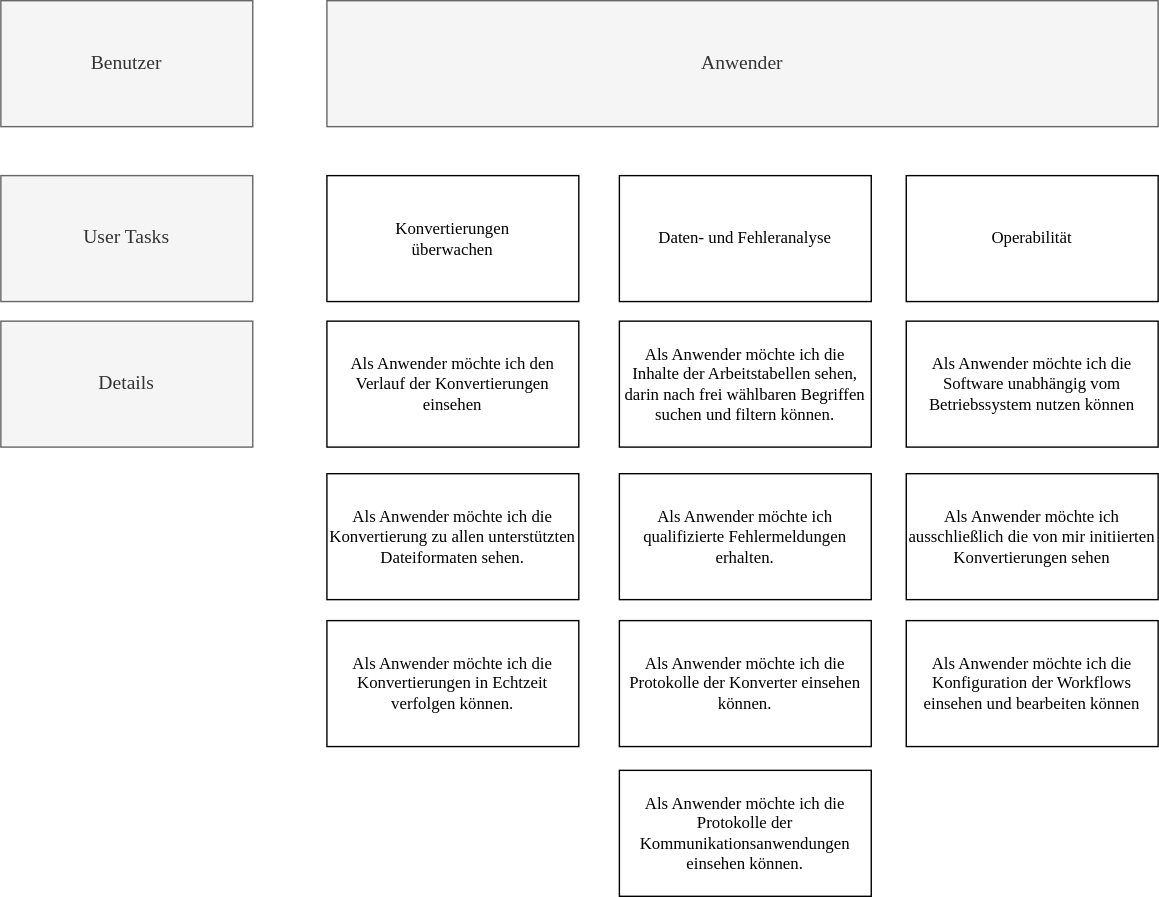
This is storyMap.drawio.svg from MikeW2022/Praxisprojekt, a draw.io export, as it was before one commit. Source tidied: cells renumbered, new cells last; positions are measured from the earlier drawing's top-left corner, leaving out a move shared by most shapes. Its diagram source:
```xml
<mxGraphModel>
  <root>
    <mxCell id="0" />
    <mxCell id="1" parent="0" />
    <mxCell id="2" value="Benutzer" style="rounded=0;whiteSpace=wrap;html=1;fillColor=#f5f5f5;fontColor=#333333;strokeColor=#666666;fontFamily=Times New Roman;fontSize=14;" parent="1" vertex="1">
      <mxGeometry width="180" height="90" as="geometry" />
    </mxCell>
    <mxCell id="3" value="User Tasks" style="rounded=0;whiteSpace=wrap;html=1;fontFamily=Times New Roman;fillColor=#f5f5f5;fontColor=#333333;strokeColor=#666666;fontSize=14;" parent="1" vertex="1">
      <mxGeometry y="125" width="180" height="90" as="geometry" />
    </mxCell>
    <mxCell id="4" value="Details" style="rounded=0;whiteSpace=wrap;html=1;fontFamily=Times New Roman;fillColor=#f5f5f5;fontColor=#333333;strokeColor=#666666;fontSize=14;" parent="1" vertex="1">
      <mxGeometry y="229" width="180" height="90" as="geometry" />
    </mxCell>
    <mxCell id="5" value="Anwender" style="rounded=0;whiteSpace=wrap;html=1;fillColor=#f5f5f5;fontColor=#333333;strokeColor=#666666;fontFamily=Times New Roman;fontSize=14;" parent="1" vertex="1">
      <mxGeometry x="233" width="594" height="90" as="geometry" />
    </mxCell>
    <mxCell id="6" value="&lt;p&gt;Konvertierungen&lt;br&gt;&lt;span&gt;überwachen&lt;/span&gt;&lt;/p&gt;" style="rounded=0;whiteSpace=wrap;html=1;fontFamily=Times New Roman;" parent="1" vertex="1">
      <mxGeometry x="233" y="125" width="180" height="90" as="geometry" />
    </mxCell>
    <mxCell id="7" value="&lt;p&gt;Daten- und Fehleranalyse&lt;br&gt;&lt;/p&gt;" style="rounded=0;whiteSpace=wrap;html=1;fontFamily=Times New Roman;" parent="1" vertex="1">
      <mxGeometry x="442" y="125" width="180" height="90" as="geometry" />
    </mxCell>
    <mxCell id="8" value="&lt;p&gt;Operabilität&lt;br&gt;&lt;/p&gt;" style="rounded=0;whiteSpace=wrap;html=1;fontFamily=Times New Roman;" parent="1" vertex="1">
      <mxGeometry x="647" y="125" width="180" height="90" as="geometry" />
    </mxCell>
    <mxCell id="9" value="&lt;p&gt;Als Anwender möchte ich den Verlauf der&amp;nbsp;&lt;span&gt;Konvertierungen einsehen&lt;/span&gt;&lt;/p&gt;" style="rounded=0;whiteSpace=wrap;html=1;fontFamily=Times New Roman;" parent="1" vertex="1">
      <mxGeometry x="233" y="229" width="180" height="90" as="geometry" />
    </mxCell>
    <mxCell id="10" value="&lt;p&gt;Als Anwender möchte ich die Inhalte der Arbeitstabellen sehen, darin nach frei wählbaren Begriffen suchen und filtern können.&lt;br&gt;&lt;/p&gt;" style="rounded=0;whiteSpace=wrap;html=1;fontFamily=Times New Roman;" parent="1" vertex="1">
      <mxGeometry x="442" y="229" width="180" height="90" as="geometry" />
    </mxCell>
    <mxCell id="11" value="&lt;p&gt;Als Anwender möchte ich die Konvertierung zu allen unterstützten Dateiformaten sehen.&lt;br&gt;&lt;/p&gt;" style="rounded=0;whiteSpace=wrap;html=1;fontFamily=Times New Roman;" parent="1" vertex="1">
      <mxGeometry x="233" y="338" width="180" height="90" as="geometry" />
    </mxCell>
    <mxCell id="12" value="&lt;p&gt;Als Anwender möchte ich die Konvertierungen in Echtzeit verfolgen können.&lt;br&gt;&lt;/p&gt;" style="rounded=0;whiteSpace=wrap;html=1;fontFamily=Times New Roman;" parent="1" vertex="1">
      <mxGeometry x="233" y="443" width="180" height="90" as="geometry" />
    </mxCell>
    <mxCell id="13" value="&lt;p&gt;Als Anwender möchte ich qualifizierte Fehlermeldungen erhalten.&lt;br&gt;&lt;/p&gt;" style="rounded=0;whiteSpace=wrap;html=1;fontFamily=Times New Roman;" parent="1" vertex="1">
      <mxGeometry x="442" y="338" width="180" height="90" as="geometry" />
    </mxCell>
    <mxCell id="14" value="&lt;p&gt;Als Anwender möchte ich die Protokolle der Konverter einsehen können.&lt;br&gt;&lt;/p&gt;" style="rounded=0;whiteSpace=wrap;html=1;fontFamily=Times New Roman;" parent="1" vertex="1">
      <mxGeometry x="442" y="443" width="180" height="90" as="geometry" />
    </mxCell>
    <mxCell id="15" value="&lt;p&gt;Als Anwender möchte ich die Protokolle der Kommunikationsanwendungen einsehen können.&lt;br&gt;&lt;/p&gt;" style="rounded=0;whiteSpace=wrap;html=1;fontFamily=Times New Roman;" parent="1" vertex="1">
      <mxGeometry x="442" y="550" width="180" height="90" as="geometry" />
    </mxCell>
    <mxCell id="16" value="&lt;p&gt;Als Anwender möchte ich die Software unabhängig vom Betriebssystem nutzen können&lt;br&gt;&lt;/p&gt;" style="rounded=0;whiteSpace=wrap;html=1;fontFamily=Times New Roman;" parent="1" vertex="1">
      <mxGeometry x="647" y="229" width="180" height="90" as="geometry" />
    </mxCell>
    <mxCell id="17" value="&lt;p&gt;Als Anwender möchte ich ausschließlich die von mir initiierten Konvertierungen sehen&lt;br&gt;&lt;/p&gt;" style="rounded=0;whiteSpace=wrap;html=1;fontFamily=Times New Roman;" parent="1" vertex="1">
      <mxGeometry x="647" y="338" width="180" height="90" as="geometry" />
    </mxCell>
    <mxCell id="18" value="&lt;p&gt;Als Anwender möchte ich die Konfiguration der Workflows einsehen und bearbeiten können&lt;br&gt;&lt;/p&gt;" style="rounded=0;whiteSpace=wrap;html=1;fontFamily=Times New Roman;" parent="1" vertex="1">
      <mxGeometry x="647" y="443" width="180" height="90" as="geometry" />
    </mxCell>
  </root>
</mxGraphModel>
```
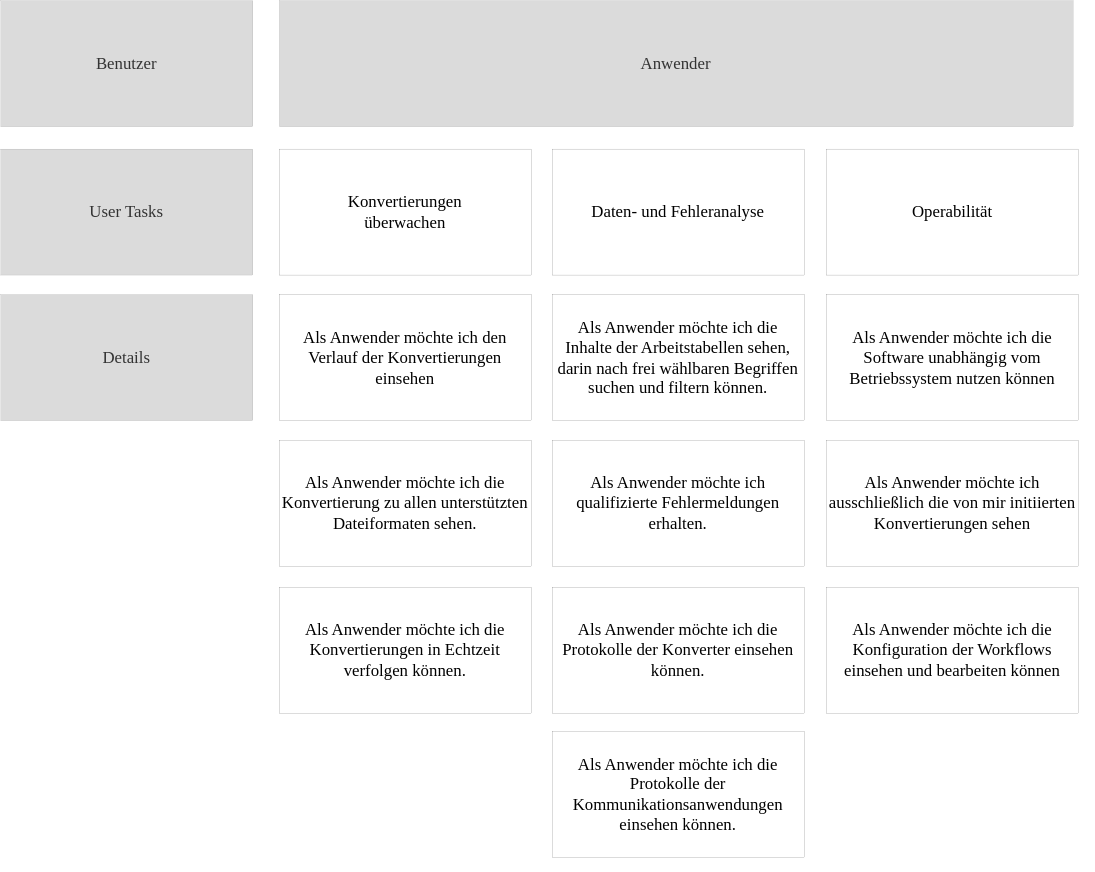
The same diagram one commit later.

The edit, as a diff of the source:
```diff
@@ -2,56 +2,62 @@
   <root>
     <mxCell id="0" />
     <mxCell id="1" parent="0" />
-    <mxCell id="2" value="Benutzer" style="rounded=0;whiteSpace=wrap;html=1;fillColor=#f5f5f5;fontColor=#333333;strokeColor=#666666;fontFamily=Times New Roman;fontSize=14;" parent="1" vertex="1">
-      <mxGeometry width="180" height="90" as="geometry" />
+    <mxCell id="2" value="Benutzer" style="rounded=0;whiteSpace=wrap;html=1;fillColor=#DBDBDB;fontColor=#333333;strokeColor=#666666;fontFamily=Times New Roman;fontSize=12;strokeWidth=0;" parent="1" vertex="1">
+      <mxGeometry x="34" width="180" height="90" as="geometry" />
     </mxCell>
-    <mxCell id="3" value="User Tasks" style="rounded=0;whiteSpace=wrap;html=1;fontFamily=Times New Roman;fillColor=#f5f5f5;fontColor=#333333;strokeColor=#666666;fontSize=14;" parent="1" vertex="1">
-      <mxGeometry y="125" width="180" height="90" as="geometry" />
+    <mxCell id="3" value="User Tasks" style="rounded=0;whiteSpace=wrap;html=1;fontFamily=Times New Roman;fillColor=#DBDBDB;fontColor=#333333;strokeColor=#666666;fontSize=12;strokeWidth=0;" parent="1" vertex="1">
+      <mxGeometry x="34" y="106" width="180" height="90" as="geometry" />
     </mxCell>
-    <mxCell id="4" value="Details" style="rounded=0;whiteSpace=wrap;html=1;fontFamily=Times New Roman;fillColor=#f5f5f5;fontColor=#333333;strokeColor=#666666;fontSize=14;" parent="1" vertex="1">
-      <mxGeometry y="229" width="180" height="90" as="geometry" />
+    <mxCell id="4" value="Details" style="rounded=0;whiteSpace=wrap;html=1;fontFamily=Times New Roman;fillColor=#DBDBDB;fontColor=#333333;strokeColor=#666666;fontSize=12;strokeWidth=0;" parent="1" vertex="1">
+      <mxGeometry x="34" y="210" width="180" height="90" as="geometry" />
     </mxCell>
-    <mxCell id="5" value="Anwender" style="rounded=0;whiteSpace=wrap;html=1;fillColor=#f5f5f5;fontColor=#333333;strokeColor=#666666;fontFamily=Times New Roman;fontSize=14;" parent="1" vertex="1">
-      <mxGeometry x="233" width="594" height="90" as="geometry" />
+    <mxCell id="5" value="Anwender" style="rounded=0;whiteSpace=wrap;html=1;fillColor=#DBDBDB;fontColor=#333333;strokeColor=#666666;fontFamily=Times New Roman;fontSize=12;strokeWidth=0;" parent="1" vertex="1">
+      <mxGeometry x="233" width="567" height="90" as="geometry" />
     </mxCell>
-    <mxCell id="6" value="&lt;p&gt;Konvertierungen&lt;br&gt;&lt;span&gt;überwachen&lt;/span&gt;&lt;/p&gt;" style="rounded=0;whiteSpace=wrap;html=1;fontFamily=Times New Roman;" parent="1" vertex="1">
-      <mxGeometry x="233" y="125" width="180" height="90" as="geometry" />
+    <mxCell id="6" value="&lt;p style=&quot;font-size: 12px;&quot;&gt;Konvertierungen&lt;br style=&quot;font-size: 12px;&quot;&gt;&lt;span style=&quot;font-size: 12px;&quot;&gt;überwachen&lt;/span&gt;&lt;/p&gt;" style="rounded=0;whiteSpace=wrap;html=1;fontFamily=Times New Roman;fontSize=12;strokeWidth=0;" parent="1" vertex="1">
+      <mxGeometry x="233" y="106" width="180" height="90" as="geometry" />
     </mxCell>
-    <mxCell id="7" value="&lt;p&gt;Daten- und Fehleranalyse&lt;br&gt;&lt;/p&gt;" style="rounded=0;whiteSpace=wrap;html=1;fontFamily=Times New Roman;" parent="1" vertex="1">
-      <mxGeometry x="442" y="125" width="180" height="90" as="geometry" />
+    <mxCell id="7" value="&lt;p style=&quot;font-size: 12px;&quot;&gt;Daten- und Fehleranalyse&lt;br style=&quot;font-size: 12px;&quot;&gt;&lt;/p&gt;" style="rounded=0;whiteSpace=wrap;html=1;fontFamily=Times New Roman;fontSize=12;strokeWidth=0;" parent="1" vertex="1">
+      <mxGeometry x="428" y="106" width="180" height="90" as="geometry" />
     </mxCell>
-    <mxCell id="8" value="&lt;p&gt;Operabilität&lt;br&gt;&lt;/p&gt;" style="rounded=0;whiteSpace=wrap;html=1;fontFamily=Times New Roman;" parent="1" vertex="1">
-      <mxGeometry x="647" y="125" width="180" height="90" as="geometry" />
+    <mxCell id="8" value="&lt;p style=&quot;font-size: 12px;&quot;&gt;Operabilität&lt;br style=&quot;font-size: 12px;&quot;&gt;&lt;/p&gt;" style="rounded=0;whiteSpace=wrap;html=1;fontFamily=Times New Roman;fontSize=12;strokeWidth=0;" parent="1" vertex="1">
+      <mxGeometry x="624" y="106" width="180" height="90" as="geometry" />
     </mxCell>
-    <mxCell id="9" value="&lt;p&gt;Als Anwender möchte ich den Verlauf der&amp;nbsp;&lt;span&gt;Konvertierungen einsehen&lt;/span&gt;&lt;/p&gt;" style="rounded=0;whiteSpace=wrap;html=1;fontFamily=Times New Roman;" parent="1" vertex="1">
-      <mxGeometry x="233" y="229" width="180" height="90" as="geometry" />
+    <mxCell id="9" value="&lt;p style=&quot;font-size: 12px;&quot;&gt;Als Anwender möchte ich den Verlauf der&amp;nbsp;&lt;span style=&quot;font-size: 12px;&quot;&gt;Konvertierungen einsehen&lt;/span&gt;&lt;/p&gt;" style="rounded=0;whiteSpace=wrap;html=1;fontFamily=Times New Roman;fontSize=12;strokeWidth=0;" parent="1" vertex="1">
+      <mxGeometry x="233" y="210" width="180" height="90" as="geometry" />
     </mxCell>
-    <mxCell id="10" value="&lt;p&gt;Als Anwender möchte ich die Inhalte der Arbeitstabellen sehen, darin nach frei wählbaren Begriffen suchen und filtern können.&lt;br&gt;&lt;/p&gt;" style="rounded=0;whiteSpace=wrap;html=1;fontFamily=Times New Roman;" parent="1" vertex="1">
-      <mxGeometry x="442" y="229" width="180" height="90" as="geometry" />
+    <mxCell id="10" value="&lt;p style=&quot;font-size: 12px;&quot;&gt;Als Anwender möchte ich die Inhalte der Arbeitstabellen sehen, darin nach frei wählbaren Begriffen suchen und filtern können.&lt;br style=&quot;font-size: 12px;&quot;&gt;&lt;/p&gt;" style="rounded=0;whiteSpace=wrap;html=1;fontFamily=Times New Roman;fontSize=12;strokeWidth=0;" parent="1" vertex="1">
+      <mxGeometry x="428" y="210" width="180" height="90" as="geometry" />
     </mxCell>
-    <mxCell id="11" value="&lt;p&gt;Als Anwender möchte ich die Konvertierung zu allen unterstützten Dateiformaten sehen.&lt;br&gt;&lt;/p&gt;" style="rounded=0;whiteSpace=wrap;html=1;fontFamily=Times New Roman;" parent="1" vertex="1">
-      <mxGeometry x="233" y="338" width="180" height="90" as="geometry" />
+    <mxCell id="11" value="&lt;p style=&quot;font-size: 12px;&quot;&gt;Als Anwender möchte ich die Konvertierung zu allen unterstützten Dateiformaten sehen.&lt;br style=&quot;font-size: 12px;&quot;&gt;&lt;/p&gt;" style="rounded=0;whiteSpace=wrap;html=1;fontFamily=Times New Roman;fontSize=12;strokeWidth=0;" parent="1" vertex="1">
+      <mxGeometry x="233" y="314" width="180" height="90" as="geometry" />
     </mxCell>
-    <mxCell id="12" value="&lt;p&gt;Als Anwender möchte ich die Konvertierungen in Echtzeit verfolgen können.&lt;br&gt;&lt;/p&gt;" style="rounded=0;whiteSpace=wrap;html=1;fontFamily=Times New Roman;" parent="1" vertex="1">
-      <mxGeometry x="233" y="443" width="180" height="90" as="geometry" />
+    <mxCell id="12" value="&lt;p style=&quot;font-size: 12px;&quot;&gt;Als Anwender möchte ich die Konvertierungen in Echtzeit verfolgen können.&lt;br style=&quot;font-size: 12px;&quot;&gt;&lt;/p&gt;" style="rounded=0;whiteSpace=wrap;html=1;fontFamily=Times New Roman;fontSize=12;strokeWidth=0;" parent="1" vertex="1">
+      <mxGeometry x="233" y="419" width="180" height="90" as="geometry" />
     </mxCell>
-    <mxCell id="13" value="&lt;p&gt;Als Anwender möchte ich qualifizierte Fehlermeldungen erhalten.&lt;br&gt;&lt;/p&gt;" style="rounded=0;whiteSpace=wrap;html=1;fontFamily=Times New Roman;" parent="1" vertex="1">
-      <mxGeometry x="442" y="338" width="180" height="90" as="geometry" />
+    <mxCell id="13" value="&lt;p style=&quot;font-size: 12px;&quot;&gt;Als Anwender möchte ich qualifizierte Fehlermeldungen erhalten.&lt;br style=&quot;font-size: 12px;&quot;&gt;&lt;/p&gt;" style="rounded=0;whiteSpace=wrap;html=1;fontFamily=Times New Roman;fontSize=12;strokeWidth=0;" parent="1" vertex="1">
+      <mxGeometry x="428" y="314" width="180" height="90" as="geometry" />
     </mxCell>
-    <mxCell id="14" value="&lt;p&gt;Als Anwender möchte ich die Protokolle der Konverter einsehen können.&lt;br&gt;&lt;/p&gt;" style="rounded=0;whiteSpace=wrap;html=1;fontFamily=Times New Roman;" parent="1" vertex="1">
-      <mxGeometry x="442" y="443" width="180" height="90" as="geometry" />
+    <mxCell id="14" value="&lt;p style=&quot;font-size: 12px;&quot;&gt;Als Anwender möchte ich die Protokolle der Konverter einsehen können.&lt;br style=&quot;font-size: 12px;&quot;&gt;&lt;/p&gt;" style="rounded=0;whiteSpace=wrap;html=1;fontFamily=Times New Roman;fontSize=12;strokeWidth=0;" parent="1" vertex="1">
+      <mxGeometry x="428" y="419" width="180" height="90" as="geometry" />
     </mxCell>
-    <mxCell id="15" value="&lt;p&gt;Als Anwender möchte ich die Protokolle der Kommunikationsanwendungen einsehen können.&lt;br&gt;&lt;/p&gt;" style="rounded=0;whiteSpace=wrap;html=1;fontFamily=Times New Roman;" parent="1" vertex="1">
-      <mxGeometry x="442" y="550" width="180" height="90" as="geometry" />
+    <mxCell id="15" value="&lt;p style=&quot;font-size: 12px;&quot;&gt;Als Anwender möchte ich die Protokolle der Kommunikationsanwendungen einsehen können.&lt;br style=&quot;font-size: 12px;&quot;&gt;&lt;/p&gt;" style="rounded=0;whiteSpace=wrap;html=1;fontFamily=Times New Roman;fontSize=12;strokeWidth=0;" parent="1" vertex="1">
+      <mxGeometry x="428" y="522" width="180" height="90" as="geometry" />
     </mxCell>
-    <mxCell id="16" value="&lt;p&gt;Als Anwender möchte ich die Software unabhängig vom Betriebssystem nutzen können&lt;br&gt;&lt;/p&gt;" style="rounded=0;whiteSpace=wrap;html=1;fontFamily=Times New Roman;" parent="1" vertex="1">
-      <mxGeometry x="647" y="229" width="180" height="90" as="geometry" />
+    <mxCell id="16" value="&lt;p style=&quot;font-size: 12px;&quot;&gt;Als Anwender möchte ich die Software unabhängig vom Betriebssystem nutzen können&lt;br style=&quot;font-size: 12px;&quot;&gt;&lt;/p&gt;" style="rounded=0;whiteSpace=wrap;html=1;fontFamily=Times New Roman;fontSize=12;strokeWidth=0;" parent="1" vertex="1">
+      <mxGeometry x="624" y="210" width="180" height="90" as="geometry" />
     </mxCell>
-    <mxCell id="17" value="&lt;p&gt;Als Anwender möchte ich ausschließlich die von mir initiierten Konvertierungen sehen&lt;br&gt;&lt;/p&gt;" style="rounded=0;whiteSpace=wrap;html=1;fontFamily=Times New Roman;" parent="1" vertex="1">
-      <mxGeometry x="647" y="338" width="180" height="90" as="geometry" />
+    <mxCell id="17" value="&lt;p style=&quot;font-size: 12px;&quot;&gt;Als Anwender möchte ich ausschließlich die von mir initiierten Konvertierungen sehen&lt;br style=&quot;font-size: 12px;&quot;&gt;&lt;/p&gt;" style="rounded=0;whiteSpace=wrap;html=1;fontFamily=Times New Roman;fontSize=12;strokeWidth=0;" parent="1" vertex="1">
+      <mxGeometry x="624" y="314" width="180" height="90" as="geometry" />
     </mxCell>
-    <mxCell id="18" value="&lt;p&gt;Als Anwender möchte ich die Konfiguration der Workflows einsehen und bearbeiten können&lt;br&gt;&lt;/p&gt;" style="rounded=0;whiteSpace=wrap;html=1;fontFamily=Times New Roman;" parent="1" vertex="1">
-      <mxGeometry x="647" y="443" width="180" height="90" as="geometry" />
+    <mxCell id="18" value="&lt;p style=&quot;font-size: 12px;&quot;&gt;Als Anwender möchte ich die Konfiguration der Workflows einsehen und bearbeiten können&lt;br style=&quot;font-size: 12px;&quot;&gt;&lt;/p&gt;" style="rounded=0;whiteSpace=wrap;html=1;fontFamily=Times New Roman;fontSize=12;strokeWidth=0;" parent="1" vertex="1">
+      <mxGeometry x="624" y="419" width="180" height="90" as="geometry" />
     </mxCell>
+    <mxCell id="19" value="&amp;nbsp;" style="text;html=1;align=center;verticalAlign=middle;strokeColor=none;fillColor=none;fontSize=7;" parent="1" vertex="1">
+      <mxGeometry x="450" y="612" width="20" height="10" as="geometry" />
+    </mxCell>
+    <mxCell id="20" value="&amp;nbsp;" style="text;html=1;align=left;verticalAlign=middle;strokeColor=none;fillColor=none;fontSize=7;rotation=90;" parent="1" vertex="1">
+      <mxGeometry x="800" y="260" width="20" height="10" as="geometry" />
+    </mxCell>
   </root>
 </mxGraphModel>
```
